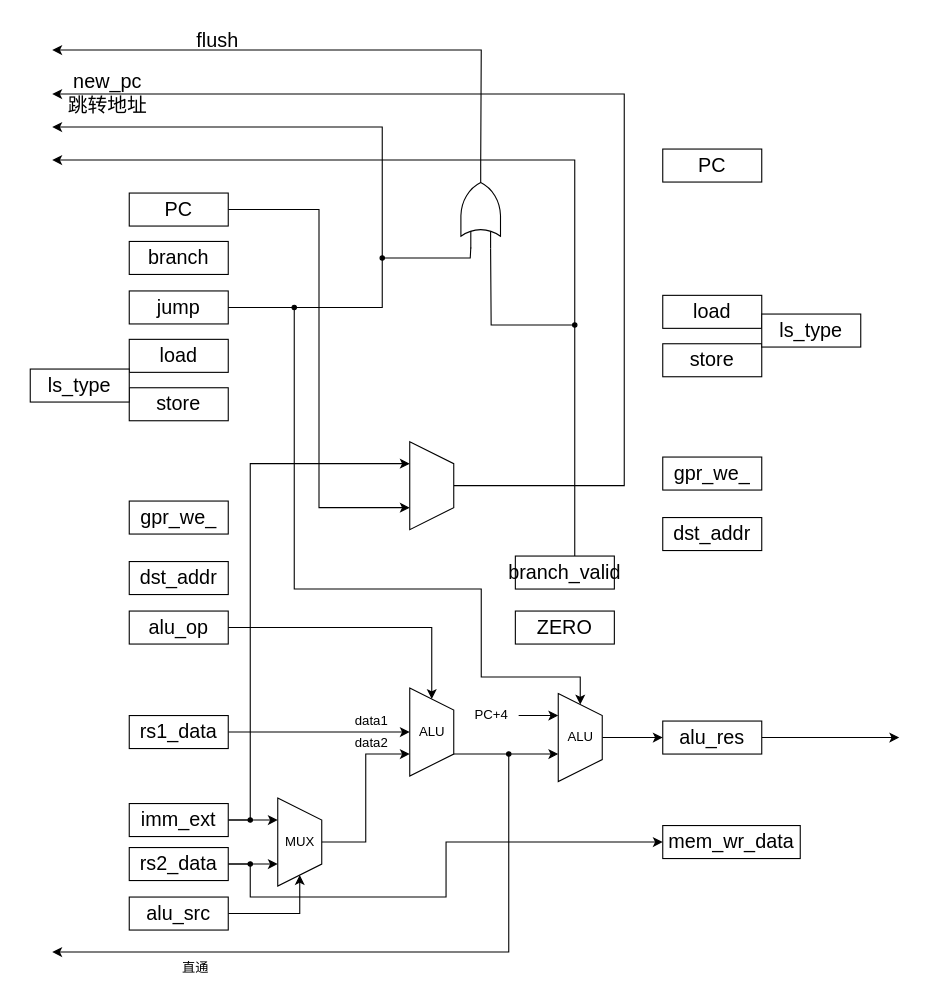
Earlier version of the draw.io diagram page "执行阶段" (5 of 7) of Doc/cySOC总系统框图.drawio (Unpdt/cySOC). Source tidied: cells renumbered, new cells numbered last; positions are measured from the earlier drawing's top-left corner, leaving out a move shared by most shapes. Both pictures are drawn from the tidied source at 110%, with x=0, y=0 at pixel (30, 19).
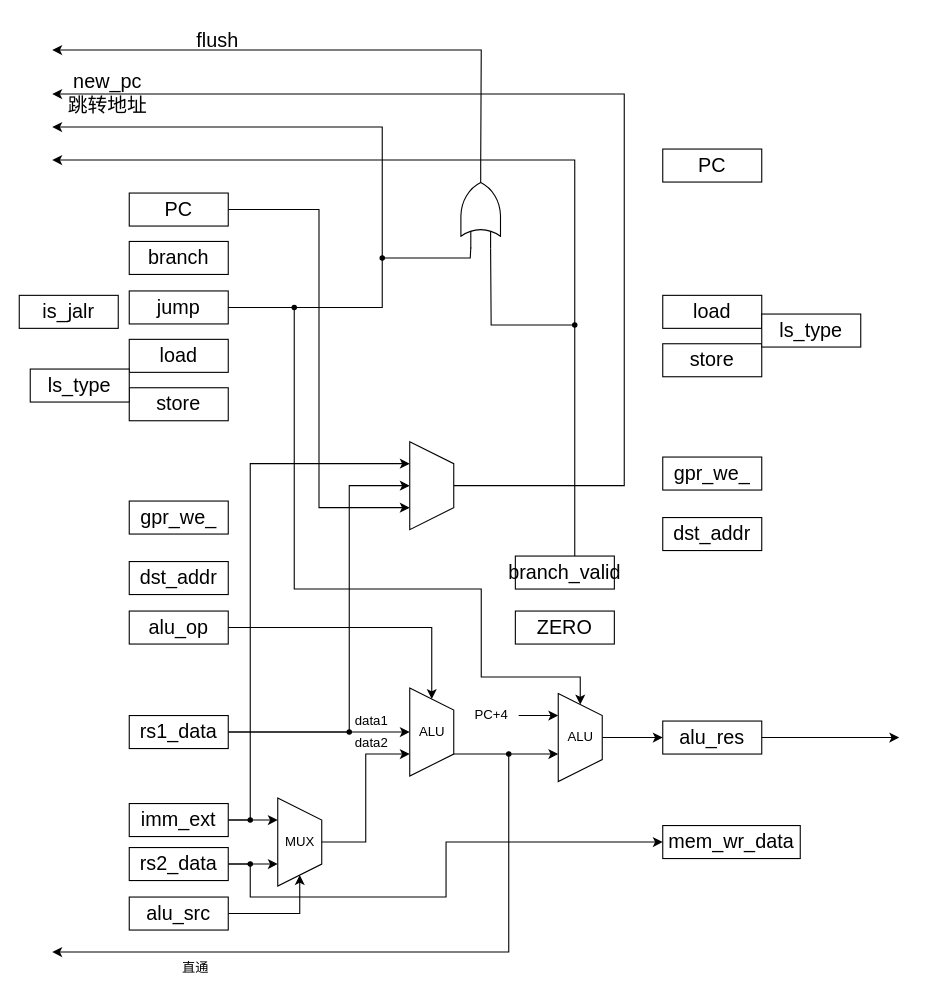
After the change.

The change refers to these unchanged cells:
```xml
<mxCell id="10" value="&lt;font style=&quot;font-size: 18px;&quot;&gt;rs1_data&lt;/font&gt;" style="rounded=0;whiteSpace=wrap;html=1;" parent="1" vertex="1">
  <mxGeometry x="90" y="633" width="90" height="30" as="geometry" />
</mxCell>
<mxCell id="58" style="shape=trapezoid;perimeter=trapezoidPerimeter;whiteSpace=wrap;html=1;fixedSize=1;rotation=90;" parent="1" vertex="1">
  <mxGeometry x="325" y="404" width="80" height="40" as="geometry" />
</mxCell>
```

Change to the diagram source:
```diff
@@
+    <mxCell id="67" style="edgeStyle=orthogonalEdgeStyle;rounded=0;jettySize=auto;html=1;entryX=0.5;entryY=1;entryDx=0;entryDy=0;" parent="1" edge="1" source="10" target="58">
+      <mxGeometry relative="1" as="geometry">
+        <Array as="points">
+          <mxPoint x="290" y="648" />
+          <mxPoint x="290" y="424" />
+        </Array>
+      </mxGeometry>
+    </mxCell>
@@
+    <mxCell id="68" style="ellipse;whiteSpace=wrap;html=1;fillColor=#000000;" parent="1" vertex="1">
+      <mxGeometry x="288" y="646" width="4" height="4" as="geometry" />
+    </mxCell>
+    <mxCell id="69" value="&lt;span style=&quot;font-size: 18px;&quot;&gt;is_jalr&lt;/span&gt;" style="rounded=0;whiteSpace=wrap;html=1;" parent="1" vertex="1">
+      <mxGeometry x="-10" y="251" width="90" height="30" as="geometry" />
+    </mxCell>
```
